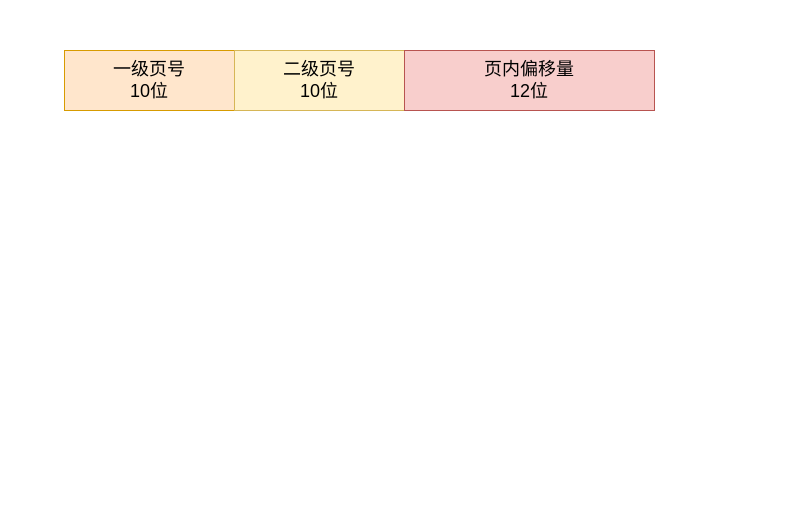
Netech-DevNote/itquestions_pictures keeps this draw.io diagram as 32位二级页表虚拟地址.drawio. Above is the earlier version. Source tidied: cells renumbered, new cells numbered last; positions are measured from the earlier drawing's top-left corner, leaving out a move shared by most shapes. Both pictures are drawn from the tidied source at 100%, with x=0, y=0 at pixel (64, 50).
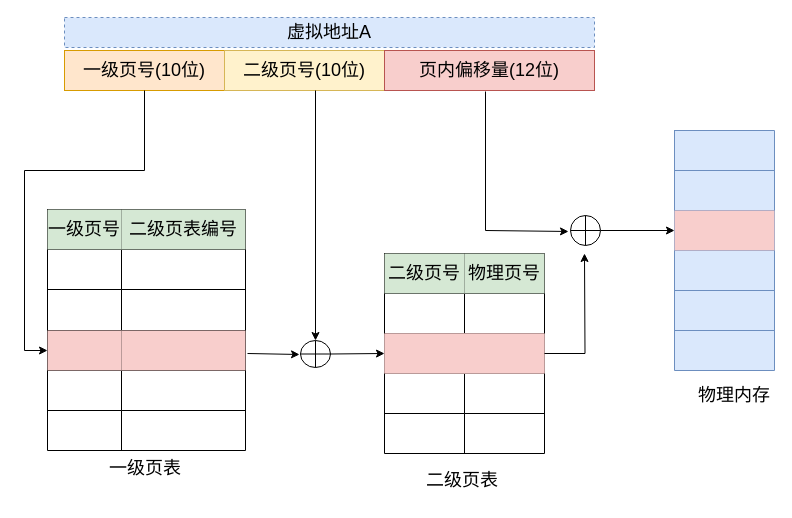
The same page after the edit.

Commit message:
更新32位二级页表虚拟地址.drawio

Change to the diagram source:
```diff
@@
-    <mxCell id="2" value="一级页号&lt;br&gt;10位" style="rounded=0;whiteSpace=wrap;html=1;fontSize=18;fillColor=#ffe6cc;strokeColor=#d79b00;" parent="1" vertex="1">
-      <mxGeometry width="170" height="60" as="geometry" />
+    <mxCell id="2" value="一级页号(10位)" style="rounded=0;whiteSpace=wrap;html=1;fontSize=18;fillColor=#ffe6cc;strokeColor=#d79b00;" parent="1" vertex="1">
+      <mxGeometry width="160" height="40" as="geometry" />
     </mxCell>
-    <mxCell id="3" value="二级页号&lt;br&gt;10位" style="rounded=0;whiteSpace=wrap;html=1;fontSize=18;fillColor=#fff2cc;strokeColor=#d6b656;" parent="1" vertex="1">
-      <mxGeometry x="170" width="170" height="60" as="geometry" />
+    <mxCell id="3" value="二级页号(10位)" style="rounded=0;whiteSpace=wrap;html=1;fontSize=18;fillColor=#fff2cc;strokeColor=#d6b656;" parent="1" vertex="1">
+      <mxGeometry x="160" width="160" height="40" as="geometry" />
     </mxCell>
-    <mxCell id="4" value="页内偏移量&lt;br&gt;12位" style="rounded=0;whiteSpace=wrap;html=1;fontSize=18;fillColor=#f8cecc;strokeColor=#b85450;" parent="1" vertex="1">
-      <mxGeometry x="340" width="250" height="60" as="geometry" />
+    <mxCell id="4" value="页内偏移量(12位)" style="rounded=0;whiteSpace=wrap;html=1;fontSize=18;fillColor=#f8cecc;strokeColor=#b85450;" parent="1" vertex="1">
+      <mxGeometry x="320" width="210" height="40" as="geometry" />
     </mxCell>
+    <mxCell id="5" value="虚拟地址A" style="text;html=1;strokeColor=#6c8ebf;fillColor=#dae8fc;align=center;verticalAlign=middle;whiteSpace=wrap;rounded=0;dashed=1;fontSize=18;" parent="1" vertex="1">
+      <mxGeometry y="-33" width="530" height="30" as="geometry" />
+    </mxCell>
+    <mxCell id="6" style="shape=table;startSize=0;childLayout=tableLayout;fontSize=18;" parent="1" vertex="1">
+      <mxGeometry x="-17" y="159" width="198" height="241" as="geometry" />
+    </mxCell>
+    <mxCell id="7" style="shape=tableRow;horizontal=0;startSize=0;swimlaneHead=0;swimlaneBody=0;strokeColor=inherit;top=0;left=0;bottom=0;right=0;fillColor=none;fontSize=18;" parent="6" vertex="1">
+      <mxGeometry width="198" height="40" as="geometry" />
+    </mxCell>
+    <mxCell id="8" value="一级页号" style="shape=partialRectangle;html=1;whiteSpace=wrap;strokeColor=#82b366;overflow=hidden;fillColor=#d5e8d4;top=0;left=0;bottom=0;right=0;fontSize=18;" parent="7" vertex="1">
+      <mxGeometry width="74" height="40" as="geometry" />
+    </mxCell>
+    <mxCell id="9" value="二级页表编号" style="shape=partialRectangle;html=1;whiteSpace=wrap;strokeColor=#82b366;overflow=hidden;fillColor=#d5e8d4;top=0;left=0;bottom=0;right=0;fontSize=18;" parent="7" vertex="1">
+      <mxGeometry x="74" width="124" height="40" as="geometry" />
+    </mxCell>
+    <mxCell id="10" style="shape=tableRow;horizontal=0;startSize=0;swimlaneHead=0;swimlaneBody=0;strokeColor=inherit;top=0;left=0;bottom=0;right=0;fillColor=none;fontSize=18;" parent="6" vertex="1">
+      <mxGeometry y="40" width="198" height="40" as="geometry" />
+    </mxCell>
+    <mxCell id="11" style="shape=partialRectangle;html=1;whiteSpace=wrap;strokeColor=inherit;overflow=hidden;fillColor=none;top=0;left=0;bottom=0;right=0;fontSize=18;" parent="10" vertex="1">
+      <mxGeometry width="74" height="40" as="geometry" />
+    </mxCell>
+    <mxCell id="12" style="shape=partialRectangle;html=1;whiteSpace=wrap;strokeColor=inherit;overflow=hidden;fillColor=none;top=0;left=0;bottom=0;right=0;fontSize=18;" parent="10" vertex="1">
+      <mxGeometry x="74" width="124" height="40" as="geometry" />
+    </mxCell>
+    <mxCell id="13" style="shape=tableRow;horizontal=0;startSize=0;swimlaneHead=0;swimlaneBody=0;strokeColor=inherit;top=0;left=0;bottom=0;right=0;fillColor=none;fontSize=18;" parent="6" vertex="1">
+      <mxGeometry y="80" width="198" height="41" as="geometry" />
+    </mxCell>
+    <mxCell id="14" style="shape=partialRectangle;html=1;whiteSpace=wrap;strokeColor=inherit;overflow=hidden;fillColor=none;top=0;left=0;bottom=0;right=0;fontSize=18;" parent="13" vertex="1">
+      <mxGeometry width="74" height="41" as="geometry" />
+    </mxCell>
+    <mxCell id="15" style="shape=partialRectangle;html=1;whiteSpace=wrap;strokeColor=inherit;overflow=hidden;fillColor=none;top=0;left=0;bottom=0;right=0;fontSize=18;" parent="13" vertex="1">
+      <mxGeometry x="74" width="124" height="41" as="geometry" />
+    </mxCell>
+    <mxCell id="16" style="shape=tableRow;horizontal=0;startSize=0;swimlaneHead=0;swimlaneBody=0;strokeColor=inherit;top=0;left=0;bottom=0;right=0;fillColor=none;points=[[0,0.5],[1,0.5]];portConstraint=eastwest;fontSize=18;" parent="6" vertex="1">
+      <mxGeometry y="121" width="198" height="40" as="geometry" />
+    </mxCell>
+    <mxCell id="17" style="shape=partialRectangle;html=1;whiteSpace=wrap;strokeColor=#b85450;overflow=hidden;fillColor=#f8cecc;top=0;left=0;bottom=0;right=0;fontSize=18;" parent="16" vertex="1">
+      <mxGeometry width="74" height="40" as="geometry" />
+    </mxCell>
+    <mxCell id="18" style="shape=partialRectangle;html=1;whiteSpace=wrap;strokeColor=#b85450;overflow=hidden;fillColor=#f8cecc;top=0;left=0;bottom=0;right=0;fontSize=18;" parent="16" vertex="1">
+      <mxGeometry x="74" width="124" height="40" as="geometry" />
+    </mxCell>
+    <mxCell id="19" style="shape=tableRow;horizontal=0;startSize=0;swimlaneHead=0;swimlaneBody=0;strokeColor=inherit;top=0;left=0;bottom=0;right=0;fillColor=none;fontSize=18;" parent="6" vertex="1">
+      <mxGeometry y="161" width="198" height="40" as="geometry" />
+    </mxCell>
+    <mxCell id="20" style="shape=partialRectangle;html=1;whiteSpace=wrap;strokeColor=inherit;overflow=hidden;fillColor=none;top=0;left=0;bottom=0;right=0;fontSize=18;" parent="19" vertex="1">
+      <mxGeometry width="74" height="40" as="geometry" />
+    </mxCell>
+    <mxCell id="21" style="shape=partialRectangle;html=1;whiteSpace=wrap;strokeColor=inherit;overflow=hidden;fillColor=none;top=0;left=0;bottom=0;right=0;fontSize=18;" parent="19" vertex="1">
+      <mxGeometry x="74" width="124" height="40" as="geometry" />
+    </mxCell>
+    <mxCell id="22" style="shape=tableRow;horizontal=0;startSize=0;swimlaneHead=0;swimlaneBody=0;strokeColor=inherit;top=0;left=0;bottom=0;right=0;fillColor=none;fontSize=18;" parent="6" vertex="1">
+      <mxGeometry y="201" width="198" height="40" as="geometry" />
+    </mxCell>
+    <mxCell id="23" style="shape=partialRectangle;html=1;whiteSpace=wrap;strokeColor=inherit;overflow=hidden;fillColor=none;top=0;left=0;bottom=0;right=0;fontSize=18;" parent="22" vertex="1">
+      <mxGeometry width="74" height="40" as="geometry" />
+    </mxCell>
+    <mxCell id="24" style="shape=partialRectangle;html=1;whiteSpace=wrap;strokeColor=inherit;overflow=hidden;fillColor=none;top=0;left=0;bottom=0;right=0;fontSize=18;" parent="22" vertex="1">
+      <mxGeometry x="74" width="124" height="40" as="geometry" />
+    </mxCell>
+    <mxCell id="25" style="endArrow=classic;html=1;rounded=0;exitX=0.5;exitY=1;exitDx=0;exitDy=0;entryX=0;entryY=0.5;entryDx=0;entryDy=0;edgeStyle=orthogonalEdgeStyle;fontSize=18;" parent="1" edge="1" source="2" target="16">
+      <mxGeometry relative="1" as="geometry">
+        <Array as="points">
+          <mxPoint x="80" y="120" />
+          <mxPoint x="-40" y="120" />
+          <mxPoint x="-40" y="300" />
+        </Array>
+      </mxGeometry>
+    </mxCell>
+    <mxCell id="26" style="shape=table;startSize=0;childLayout=tableLayout;fontSize=18;" parent="1" vertex="1">
+      <mxGeometry x="320" y="203" width="160" height="200" as="geometry" />
+    </mxCell>
+    <mxCell id="27" style="shape=tableRow;horizontal=0;startSize=0;swimlaneHead=0;swimlaneBody=0;strokeColor=inherit;top=0;left=0;bottom=0;right=0;fillColor=none;fontSize=18;" parent="26" vertex="1">
+      <mxGeometry width="160" height="40" as="geometry" />
+    </mxCell>
+    <mxCell id="28" value="二级页号" style="shape=partialRectangle;html=1;whiteSpace=wrap;strokeColor=#82b366;overflow=hidden;fillColor=#d5e8d4;top=0;left=0;bottom=0;right=0;fontSize=18;" parent="27" vertex="1">
+      <mxGeometry width="80" height="40" as="geometry" />
+    </mxCell>
+    <mxCell id="29" value="物理页号" style="shape=partialRectangle;html=1;whiteSpace=wrap;strokeColor=#82b366;overflow=hidden;fillColor=#d5e8d4;top=0;left=0;bottom=0;right=0;fontSize=18;" parent="27" vertex="1">
+      <mxGeometry x="80" width="80" height="40" as="geometry" />
+    </mxCell>
+    <mxCell id="30" style="shape=tableRow;horizontal=0;startSize=0;swimlaneHead=0;swimlaneBody=0;strokeColor=inherit;top=0;left=0;bottom=0;right=0;fillColor=none;fontSize=18;" parent="26" vertex="1">
+      <mxGeometry y="40" width="160" height="40" as="geometry" />
+    </mxCell>
+    <mxCell id="31" style="shape=partialRectangle;html=1;whiteSpace=wrap;strokeColor=inherit;overflow=hidden;fillColor=none;top=0;left=0;bottom=0;right=0;fontSize=18;" parent="30" vertex="1">
+      <mxGeometry width="80" height="40" as="geometry" />
+    </mxCell>
+    <mxCell id="32" style="shape=partialRectangle;html=1;whiteSpace=wrap;strokeColor=inherit;overflow=hidden;fillColor=none;top=0;left=0;bottom=0;right=0;fontSize=18;" parent="30" vertex="1">
+      <mxGeometry x="80" width="80" height="40" as="geometry" />
+    </mxCell>
+    <mxCell id="33" style="shape=tableRow;horizontal=0;startSize=0;swimlaneHead=0;swimlaneBody=0;strokeColor=#b85450;top=0;left=0;bottom=0;right=0;fillColor=#f8cecc;points=[[0,0.5],[1,0.5]];portConstraint=eastwest;fontSize=18;" parent="26" vertex="1">
+      <mxGeometry y="80" width="160" height="40" as="geometry" />
+    </mxCell>
+    <mxCell id="34" style="shape=partialRectangle;html=1;whiteSpace=wrap;strokeColor=#b85450;overflow=hidden;fillColor=#f8cecc;top=0;left=0;bottom=0;right=0;fontSize=18;" parent="33" vertex="1">
+      <mxGeometry width="80" height="40" as="geometry" />
+    </mxCell>
+    <mxCell id="35" style="shape=partialRectangle;html=1;whiteSpace=wrap;strokeColor=#b85450;overflow=hidden;fillColor=#f8cecc;top=0;left=0;bottom=0;right=0;fontSize=18;" parent="33" vertex="1">
+      <mxGeometry x="80" width="80" height="40" as="geometry" />
+    </mxCell>
+    <mxCell id="36" style="shape=tableRow;horizontal=0;startSize=0;swimlaneHead=0;swimlaneBody=0;strokeColor=inherit;top=0;left=0;bottom=0;right=0;fillColor=none;fontSize=18;" parent="26" vertex="1">
+      <mxGeometry y="120" width="160" height="40" as="geometry" />
+    </mxCell>
+    <mxCell id="37" style="shape=partialRectangle;html=1;whiteSpace=wrap;strokeColor=inherit;overflow=hidden;fillColor=none;top=0;left=0;bottom=0;right=0;fontSize=18;" parent="36" vertex="1">
+      <mxGeometry width="80" height="40" as="geometry" />
+    </mxCell>
+    <mxCell id="38" style="shape=partialRectangle;html=1;whiteSpace=wrap;strokeColor=inherit;overflow=hidden;fillColor=none;top=0;left=0;bottom=0;right=0;fontSize=18;" parent="36" vertex="1">
+      <mxGeometry x="80" width="80" height="40" as="geometry" />
+    </mxCell>
+    <mxCell id="39" style="shape=tableRow;horizontal=0;startSize=0;swimlaneHead=0;swimlaneBody=0;strokeColor=inherit;top=0;left=0;bottom=0;right=0;fillColor=none;fontSize=18;" parent="26" vertex="1">
+      <mxGeometry y="160" width="160" height="40" as="geometry" />
+    </mxCell>
+    <mxCell id="40" style="shape=partialRectangle;html=1;whiteSpace=wrap;strokeColor=inherit;overflow=hidden;fillColor=none;top=0;left=0;bottom=0;right=0;fontSize=18;" parent="39" vertex="1">
+      <mxGeometry width="80" height="40" as="geometry" />
+    </mxCell>
+    <mxCell id="41" style="shape=partialRectangle;html=1;whiteSpace=wrap;strokeColor=inherit;overflow=hidden;fillColor=none;top=0;left=0;bottom=0;right=0;fontSize=18;" parent="39" vertex="1">
+      <mxGeometry x="80" width="80" height="40" as="geometry" />
+    </mxCell>
+    <mxCell id="42" style="shape=table;startSize=0;childLayout=tableLayout;fillColor=#dae8fc;strokeColor=#6c8ebf;fontSize=18;" parent="1" vertex="1">
+      <mxGeometry x="610" y="80" width="100" height="240" as="geometry" />
+    </mxCell>
+    <mxCell id="43" style="shape=tableRow;horizontal=0;startSize=0;swimlaneHead=0;swimlaneBody=0;strokeColor=inherit;top=0;left=0;bottom=0;right=0;fillColor=none;fontSize=18;" parent="42" vertex="1">
+      <mxGeometry width="100" height="40" as="geometry" />
+    </mxCell>
+    <mxCell id="44" style="shape=partialRectangle;html=1;whiteSpace=wrap;strokeColor=inherit;overflow=hidden;fillColor=none;top=0;left=0;bottom=0;right=0;fontSize=18;" parent="43" vertex="1">
+      <mxGeometry width="100" height="40" as="geometry" />
+    </mxCell>
+    <mxCell id="45" style="shape=tableRow;horizontal=0;startSize=0;swimlaneHead=0;swimlaneBody=0;strokeColor=inherit;top=0;left=0;bottom=0;right=0;fillColor=none;fontSize=18;" parent="42" vertex="1">
+      <mxGeometry y="40" width="100" height="40" as="geometry" />
+    </mxCell>
+    <mxCell id="46" style="shape=partialRectangle;html=1;whiteSpace=wrap;strokeColor=inherit;overflow=hidden;fillColor=none;top=0;left=0;bottom=0;right=0;fontSize=18;" parent="45" vertex="1">
+      <mxGeometry width="100" height="40" as="geometry" />
+    </mxCell>
+    <mxCell id="47" style="shape=tableRow;horizontal=0;startSize=0;swimlaneHead=0;swimlaneBody=0;strokeColor=inherit;top=0;left=0;bottom=0;right=0;fillColor=none;points=[[0,0.5],[1,0.5]];portConstraint=eastwest;fontSize=18;" parent="42" vertex="1">
+      <mxGeometry y="80" width="100" height="40" as="geometry" />
+    </mxCell>
+    <mxCell id="48" style="shape=partialRectangle;html=1;whiteSpace=wrap;strokeColor=#b85450;overflow=hidden;fillColor=#f8cecc;top=0;left=0;bottom=0;right=0;fontSize=18;" parent="47" vertex="1">
+      <mxGeometry width="100" height="40" as="geometry" />
+    </mxCell>
+    <mxCell id="49" style="shape=tableRow;horizontal=0;startSize=0;swimlaneHead=0;swimlaneBody=0;strokeColor=inherit;top=0;left=0;bottom=0;right=0;fillColor=none;fontSize=18;" parent="42" vertex="1">
+      <mxGeometry y="120" width="100" height="40" as="geometry" />
+    </mxCell>
+    <mxCell id="50" style="shape=partialRectangle;html=1;whiteSpace=wrap;strokeColor=inherit;overflow=hidden;fillColor=none;top=0;left=0;bottom=0;right=0;fontSize=18;" parent="49" vertex="1">
+      <mxGeometry width="100" height="40" as="geometry" />
+    </mxCell>
+    <mxCell id="51" style="shape=tableRow;horizontal=0;startSize=0;swimlaneHead=0;swimlaneBody=0;strokeColor=inherit;top=0;left=0;bottom=0;right=0;fillColor=none;fontSize=18;" parent="42" vertex="1">
+      <mxGeometry y="160" width="100" height="40" as="geometry" />
+    </mxCell>
+    <mxCell id="52" style="shape=partialRectangle;html=1;whiteSpace=wrap;strokeColor=inherit;overflow=hidden;fillColor=none;top=0;left=0;bottom=0;right=0;fontSize=18;" parent="51" vertex="1">
+      <mxGeometry width="100" height="40" as="geometry" />
+    </mxCell>
+    <mxCell id="53" style="shape=tableRow;horizontal=0;startSize=0;swimlaneHead=0;swimlaneBody=0;strokeColor=inherit;top=0;left=0;bottom=0;right=0;fillColor=none;fontSize=18;" parent="42" vertex="1">
+      <mxGeometry y="200" width="100" height="40" as="geometry" />
+    </mxCell>
+    <mxCell id="54" style="shape=partialRectangle;html=1;whiteSpace=wrap;strokeColor=inherit;overflow=hidden;fillColor=none;top=0;left=0;bottom=0;right=0;fontSize=18;" parent="53" vertex="1">
+      <mxGeometry width="100" height="40" as="geometry" />
+    </mxCell>
+    <mxCell id="55" value="一级页表" style="text;html=1;strokeColor=none;fillColor=none;align=center;verticalAlign=middle;whiteSpace=wrap;rounded=0;fontSize=18;" parent="1" vertex="1">
+      <mxGeometry x="31" y="403" width="100" height="30" as="geometry" />
+    </mxCell>
+    <mxCell id="56" value="物理内存" style="text;html=1;strokeColor=none;fillColor=none;align=center;verticalAlign=middle;whiteSpace=wrap;rounded=0;fontSize=18;" parent="1" vertex="1">
+      <mxGeometry x="630" y="330" width="80" height="30" as="geometry" />
+    </mxCell>
+    <mxCell id="57" value="二级页表" style="text;html=1;strokeColor=none;fillColor=none;align=center;verticalAlign=middle;whiteSpace=wrap;rounded=0;fontSize=18;" parent="1" vertex="1">
+      <mxGeometry x="340" y="410" width="116" height="40" as="geometry" />
+    </mxCell>
+    <mxCell id="58" style="endArrow=classic;html=1;rounded=0;exitX=1;exitY=0.5;exitDx=0;exitDy=0;entryX=0;entryY=0.5;entryDx=0;entryDy=0;exitPerimeter=0;fontSize=18;" parent="1" edge="1" source="64" target="33">
+      <mxGeometry relative="1" as="geometry" />
+    </mxCell>
+    <mxCell id="59" style="endArrow=classic;html=1;rounded=0;exitX=1;exitY=0.5;exitDx=0;exitDy=0;exitPerimeter=0;entryX=0;entryY=0.5;entryDx=0;entryDy=0;fontSize=18;" parent="1" edge="1" source="61" target="47">
+      <mxGeometry relative="1" as="geometry" />
+    </mxCell>
+    <mxCell id="60" style="endArrow=classic;html=1;rounded=0;exitX=1;exitY=0.5;exitDx=0;exitDy=0;edgeStyle=orthogonalEdgeStyle;entryX=0.5;entryY=1;entryDx=0;entryDy=0;entryPerimeter=0;fontSize=18;" parent="1" edge="1" source="33">
+      <mxGeometry relative="1" as="geometry">
+        <mxPoint x="520" y="203" as="targetPoint" />
+      </mxGeometry>
+    </mxCell>
+    <mxCell id="61" style="verticalLabelPosition=bottom;verticalAlign=top;html=1;shape=mxgraph.flowchart.summing_function;fontSize=18;" parent="1" vertex="1">
+      <mxGeometry x="506" y="165" width="30" height="30" as="geometry" />
+    </mxCell>
+    <mxCell id="62" style="endArrow=classic;html=1;rounded=0;exitX=0.462;exitY=1.025;exitDx=0;exitDy=0;exitPerimeter=0;edgeStyle=orthogonalEdgeStyle;fontSize=18;" parent="1" edge="1">
+      <mxGeometry relative="1" as="geometry">
+        <mxPoint x="421" y="41" as="sourcePoint" />
+        <mxPoint x="504" y="181" as="targetPoint" />
+        <Array as="points">
+          <mxPoint x="421" y="180" />
+        </Array>
+      </mxGeometry>
+    </mxCell>
+    <mxCell id="63" style="endArrow=classic;html=1;rounded=0;exitX=0.5;exitY=1;exitDx=0;exitDy=0;edgeStyle=orthogonalEdgeStyle;entryX=0.5;entryY=0;entryDx=0;entryDy=0;entryPerimeter=0;fontSize=18;" parent="1" edge="1">
+      <mxGeometry relative="1" as="geometry">
+        <mxPoint x="251" y="40" as="sourcePoint" />
+        <mxPoint x="251" y="290" as="targetPoint" />
+      </mxGeometry>
+    </mxCell>
+    <mxCell id="64" style="verticalLabelPosition=bottom;verticalAlign=top;html=1;shape=mxgraph.flowchart.summing_function;fontSize=18;" parent="1" vertex="1">
+      <mxGeometry x="236" y="290" width="30" height="27" as="geometry" />
+    </mxCell>
+    <mxCell id="65" style="endArrow=classic;html=1;rounded=0;fontSize=18;exitX=1;exitY=0.5;exitDx=0;exitDy=0;" parent="1" edge="1">
+      <mxGeometry relative="1" as="geometry">
+        <mxPoint x="183" y="303" as="sourcePoint" />
+        <mxPoint x="235" y="304" as="targetPoint" />
+      </mxGeometry>
+    </mxCell>
```
